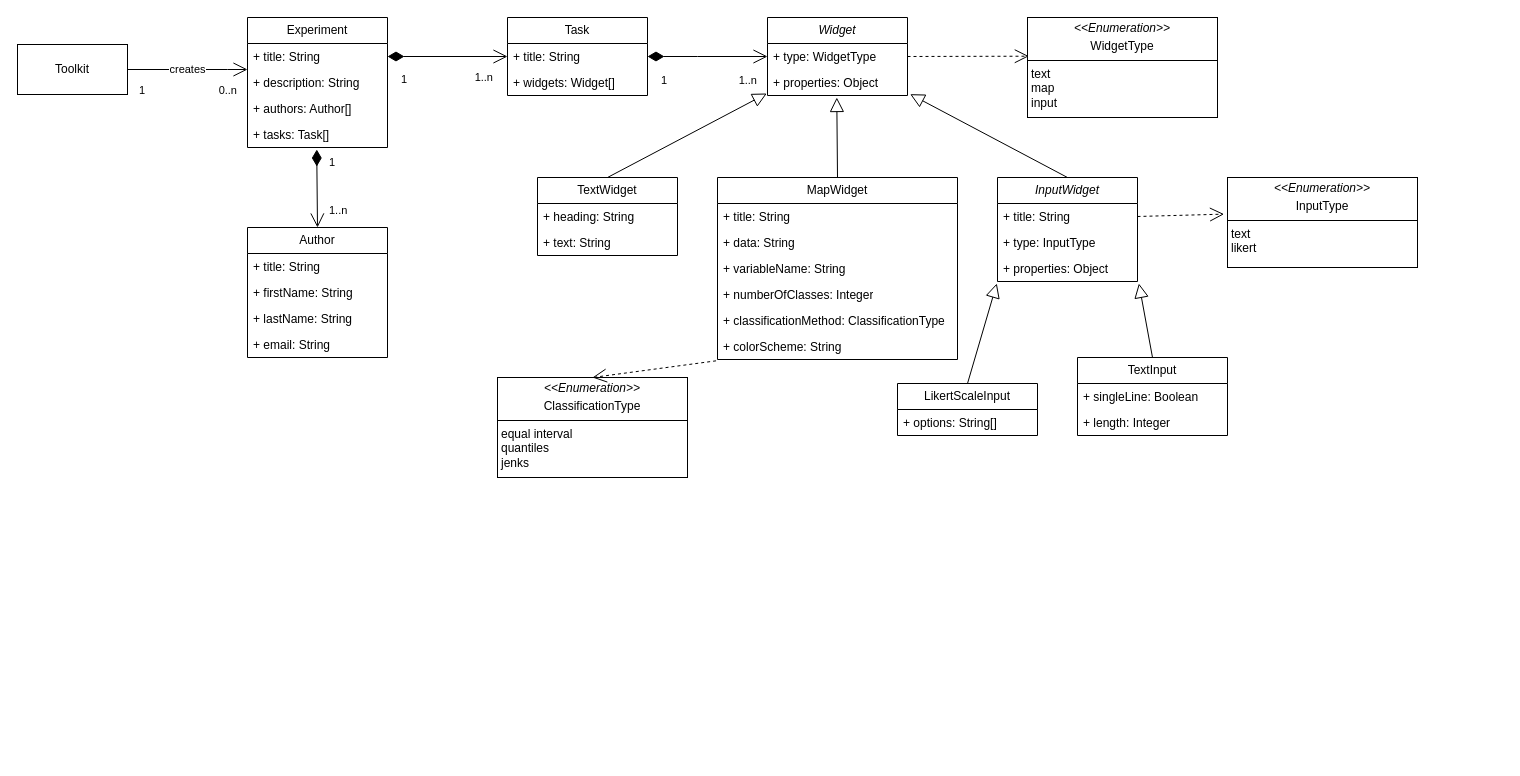
Before: Model.drawio in Experiment-Creation-Toolkit/resources, a draw.io diagram. Source tidied: cells renumbered, new cells numbered last; positions are measured from the earlier drawing's top-left corner, leaving out a move shared by most shapes. Both pictures are drawn from the tidied source at 100%, with x=0, y=0 at pixel (17, 17).
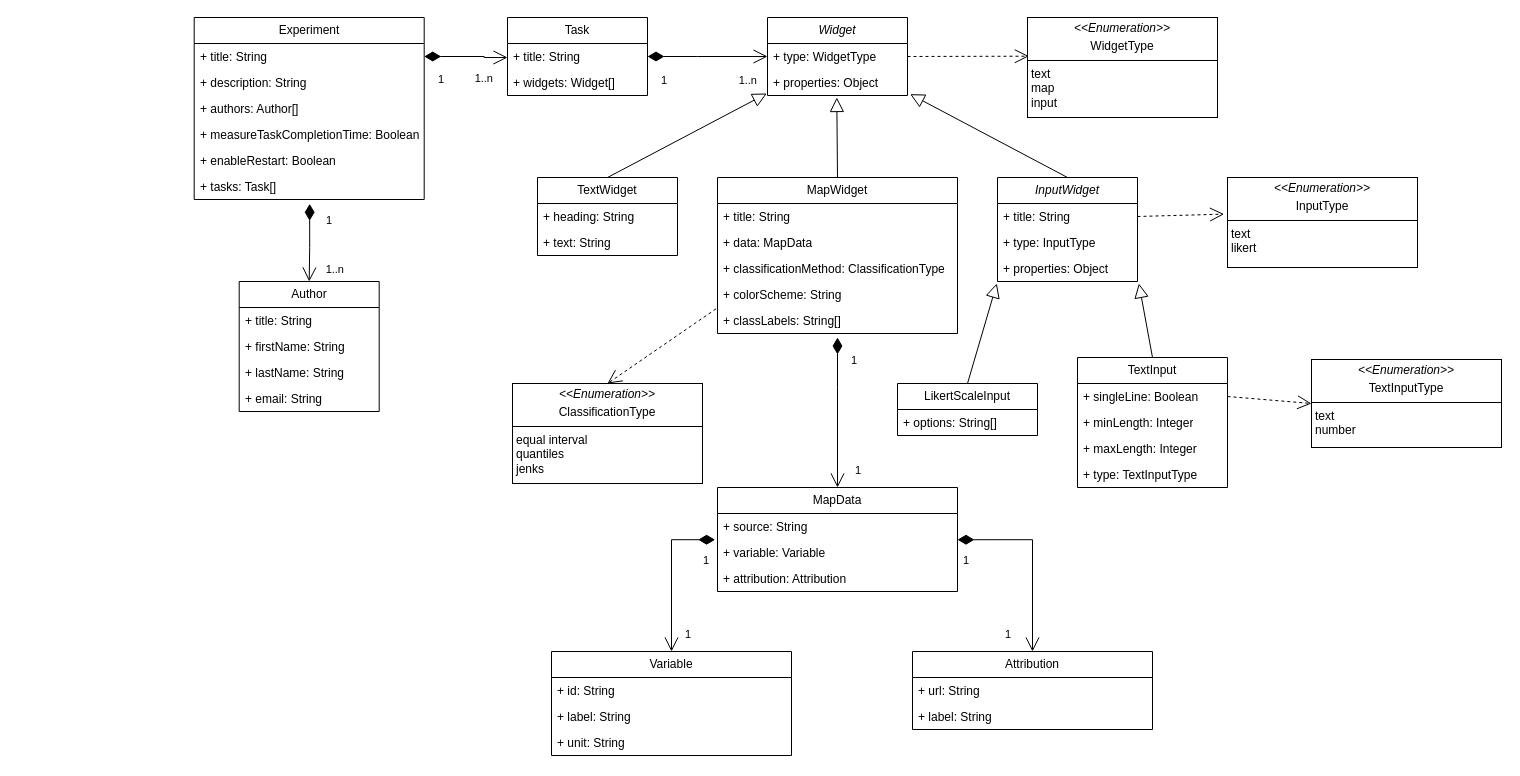
After the change.

Unchanged cells that the change refers to:
```xml
<mxCell id="7" value="Task" style="swimlane;fontStyle=0;horizontal=1;startSize=26;fillColor=none;whiteSpace=wrap;html=1;" parent="1" vertex="1">
  <mxGeometry x="490" width="140" height="78" as="geometry" />
</mxCell>
<mxCell id="46" value="+ singleLine: Boolean" style="text;strokeColor=none;fillColor=none;align=left;verticalAlign=top;spacingLeft=4;spacingRight=4;overflow=hidden;points=[[0,0.5],[1,0.5]];portConstraint=eastwest;whiteSpace=wrap;html=1;" parent="45" vertex="1">
  <mxGeometry y="26" width="150" height="26" as="geometry" />
</mxCell>
```

Diff of the diagram source:
```diff
@@
     <mxCell id="2" value="Experiment" style="swimlane;fontStyle=0;horizontal=1;startSize=26;fillColor=none;whiteSpace=wrap;html=1;" parent="1" vertex="1">
-      <mxGeometry x="230" width="140" height="130" as="geometry" />
+      <mxGeometry x="176.7" width="230" height="182" as="geometry" />
     </mxCell>
     <mxCell id="3" value="+ title: String" style="text;strokeColor=none;fillColor=none;align=left;verticalAlign=top;spacingLeft=4;spacingRight=4;overflow=hidden;points=[[0,0.5],[1,0.5]];portConstraint=eastwest;whiteSpace=wrap;html=1;" parent="2" vertex="1">
-      <mxGeometry y="26" width="140" height="26" as="geometry" />
+      <mxGeometry y="26" width="230" height="26" as="geometry" />
     </mxCell>
     <mxCell id="4" value="+ description: String" style="text;strokeColor=none;fillColor=none;align=left;verticalAlign=top;spacingLeft=4;spacingRight=4;overflow=hidden;whiteSpace=wrap;html=1;" parent="2" vertex="1">
-      <mxGeometry y="52" width="140" height="26" as="geometry" />
+      <mxGeometry y="52" width="230" height="26" as="geometry" />
     </mxCell>
     <mxCell id="5" value="+ authors: Author[]" style="text;strokeColor=none;fillColor=none;align=left;verticalAlign=top;spacingLeft=4;spacingRight=4;overflow=hidden;whiteSpace=wrap;html=1;" parent="2" vertex="1">
-      <mxGeometry y="78" width="140" height="26" as="geometry" />
+      <mxGeometry y="78" width="230" height="26" as="geometry" />
     </mxCell>
+    <mxCell id="61" value="+&amp;nbsp;&lt;span style=&quot;background-color: initial;&quot;&gt;measureTaskCompletionTime: Boolean&lt;/span&gt;&lt;div&gt;&lt;div&gt;&lt;br&gt;&lt;/div&gt;&lt;/div&gt;" style="text;strokeColor=none;fillColor=none;align=left;verticalAlign=top;spacingLeft=4;spacingRight=4;overflow=hidden;whiteSpace=wrap;html=1;" parent="2" vertex="1">
+      <mxGeometry y="104" width="230" height="26" as="geometry" />
+    </mxCell>
+    <mxCell id="62" value="+ enableRestart: Boolean" style="text;strokeColor=none;fillColor=none;align=left;verticalAlign=top;spacingLeft=4;spacingRight=4;overflow=hidden;whiteSpace=wrap;html=1;" parent="2" vertex="1">
+      <mxGeometry y="130" width="230" height="26" as="geometry" />
+    </mxCell>
     <mxCell id="6" value="+ tasks: Task[]" style="text;strokeColor=none;fillColor=none;align=left;verticalAlign=top;spacingLeft=4;spacingRight=4;overflow=hidden;points=[[0,0.5],[1,0.5]];portConstraint=eastwest;whiteSpace=wrap;html=1;" parent="2" vertex="1">
-      <mxGeometry y="104" width="140" height="26" as="geometry" />
+      <mxGeometry y="156" width="230" height="26" as="geometry" />
     </mxCell>
@@
     <mxCell id="10" style="endArrow=open;html=1;endSize=12;startArrow=diamondThin;startSize=14;startFill=1;edgeStyle=orthogonalEdgeStyle;rounded=0;exitX=1;exitY=0.5;exitDx=0;exitDy=0;" parent="1" edge="1" source="3" target="7">
-      <mxGeometry relative="1" as="geometry" />
+      <mxGeometry relative="1" as="geometry">
+        <Array as="points">
+          <mxPoint x="466.7" y="40" />
+        </Array>
+      </mxGeometry>
     </mxCell>
@@
-    <mxCell id="19" value="Toolkit" style="html=1;whiteSpace=wrap;" parent="1" vertex="1">
-      <mxGeometry y="27" width="110" height="50" as="geometry" />
-    </mxCell>
-    <mxCell id="20" value="creates" style="endArrow=open;html=1;endSize=12;startArrow=none;startSize=14;startFill=0;edgeStyle=orthogonalEdgeStyle;rounded=0;exitX=1;exitY=0.5;exitDx=0;exitDy=0;" parent="1" edge="1" source="19" target="2">
-      <mxGeometry relative="1" as="geometry">
-        <Array as="points">
-          <mxPoint x="210" y="52" />
-          <mxPoint x="210" y="52" />
-        </Array>
-      </mxGeometry>
-    </mxCell>
-    <mxCell id="21" value="1" style="edgeLabel;html=1;align=left;verticalAlign=top;" parent="20" vertex="1">
-      <mxGeometry x="-1" relative="1" as="geometry">
-        <mxPoint x="10" y="8" as="offset" />
-      </mxGeometry>
-    </mxCell>
-    <mxCell id="22" value="0..n" style="edgeLabel;html=1;align=right;verticalAlign=top;" parent="20" vertex="1">
-      <mxGeometry x="1" relative="1" as="geometry">
-        <mxPoint x="-10" y="8" as="offset" />
-      </mxGeometry>
-    </mxCell>
@@
     <mxCell id="28" value="MapWidget" style="swimlane;fontStyle=0;horizontal=1;startSize=26;fillColor=none;whiteSpace=wrap;html=1;" parent="1" vertex="1">
-      <mxGeometry x="700" y="160" width="240" height="182" as="geometry" />
+      <mxGeometry x="700" y="160" width="240" height="156" as="geometry" />
     </mxCell>
@@
-    <mxCell id="30" value="+ data: String" style="text;strokeColor=none;fillColor=none;align=left;verticalAlign=top;spacingLeft=4;spacingRight=4;overflow=hidden;whiteSpace=wrap;html=1;" parent="28" vertex="1">
+    <mxCell id="30" value="+ data: MapData" style="text;strokeColor=none;fillColor=none;align=left;verticalAlign=top;spacingLeft=4;spacingRight=4;overflow=hidden;whiteSpace=wrap;html=1;" parent="28" vertex="1">
       <mxGeometry y="52" width="240" height="26" as="geometry" />
     </mxCell>
-    <mxCell id="31" value="+ variableName: String" style="text;strokeColor=none;fillColor=none;align=left;verticalAlign=top;spacingLeft=4;spacingRight=4;overflow=hidden;whiteSpace=wrap;html=1;" parent="28" vertex="1">
-      <mxGeometry y="78" width="240" height="26" as="geometry" />
-    </mxCell>
-    <mxCell id="32" value="+ numberOfClasses: Integer" style="text;strokeColor=none;fillColor=none;align=left;verticalAlign=top;spacingLeft=4;spacingRight=4;overflow=hidden;whiteSpace=wrap;html=1;" parent="28" vertex="1">
-      <mxGeometry y="104" width="240" height="26" as="geometry" />
-    </mxCell>
     <mxCell id="33" value="+ classificationMethod: ClassificationType&lt;div&gt;&lt;br&gt;&lt;/div&gt;" style="text;strokeColor=none;fillColor=none;align=left;verticalAlign=top;spacingLeft=4;spacingRight=4;overflow=hidden;whiteSpace=wrap;html=1;" parent="28" vertex="1">
-      <mxGeometry y="130" width="240" height="26" as="geometry" />
+      <mxGeometry y="78" width="240" height="26" as="geometry" />
     </mxCell>
     <mxCell id="34" value="+ colorScheme: String" style="text;strokeColor=none;fillColor=none;align=left;verticalAlign=top;spacingLeft=4;spacingRight=4;overflow=hidden;points=[[0,0.5],[1,0.5]];portConstraint=eastwest;whiteSpace=wrap;html=1;" parent="28" vertex="1">
-      <mxGeometry y="156" width="240" height="26" as="geometry" />
+      <mxGeometry y="104" width="240" height="26" as="geometry" />
     </mxCell>
+    <mxCell id="63" value="+ classLabels: String[]" style="text;strokeColor=none;fillColor=none;align=left;verticalAlign=top;spacingLeft=4;spacingRight=4;overflow=hidden;points=[[0,0.5],[1,0.5]];portConstraint=eastwest;whiteSpace=wrap;html=1;" parent="28" vertex="1">
+      <mxGeometry y="130" width="240" height="26" as="geometry" />
+    </mxCell>
@@
     <mxCell id="45" value="TextInput" style="swimlane;fontStyle=0;horizontal=1;startSize=26;fillColor=none;whiteSpace=wrap;html=1;" parent="1" vertex="1">
-      <mxGeometry x="1060" y="340" width="150" height="78" as="geometry" />
+      <mxGeometry x="1060" y="340" width="150" height="130" as="geometry" />
     </mxCell>
@@
+    <mxCell id="64" value="+ minLength: Integer" style="text;strokeColor=none;fillColor=none;align=left;verticalAlign=top;spacingLeft=4;spacingRight=4;overflow=hidden;whiteSpace=wrap;html=1;" parent="45" vertex="1">
+      <mxGeometry y="52" width="150" height="26" as="geometry" />
+    </mxCell>
+    <mxCell id="65" value="+ maxLength: Integer" style="text;strokeColor=none;fillColor=none;align=left;verticalAlign=top;spacingLeft=4;spacingRight=4;overflow=hidden;whiteSpace=wrap;html=1;" parent="45" vertex="1">
+      <mxGeometry y="78" width="150" height="26" as="geometry" />
+    </mxCell>
-    <mxCell id="47" value="+ length: Integer" style="text;strokeColor=none;fillColor=none;align=left;verticalAlign=top;spacingLeft=4;spacingRight=4;overflow=hidden;whiteSpace=wrap;html=1;" parent="45" vertex="1">
-      <mxGeometry y="52" width="150" height="26" as="geometry" />
+    <mxCell id="47" value="+ type: TextInputType" style="text;strokeColor=none;fillColor=none;align=left;verticalAlign=top;spacingLeft=4;spacingRight=4;overflow=hidden;whiteSpace=wrap;html=1;" parent="45" vertex="1">
+      <mxGeometry y="104" width="150" height="26" as="geometry" />
     </mxCell>
@@
     <mxCell id="49" value="Author" style="swimlane;fontStyle=0;horizontal=1;startSize=26;fillColor=none;whiteSpace=wrap;html=1;" parent="1" vertex="1">
-      <mxGeometry x="230" y="210" width="140" height="130" as="geometry" />
+      <mxGeometry x="221.7" y="264" width="140" height="130" as="geometry" />
     </mxCell>
@@
-    <mxCell id="54" style="endArrow=open;html=1;endSize=12;startArrow=diamondThin;startSize=14;startFill=1;edgeStyle=orthogonalEdgeStyle;rounded=0;entryX=0.5;entryY=0;entryDx=0;entryDy=0;exitX=0.495;exitY=1.077;exitDx=0;exitDy=0;exitPerimeter=0;" parent="1" edge="1" source="6" target="49">
-      <mxGeometry relative="1" as="geometry">
-        <Array as="points">
-          <mxPoint x="299" y="140" />
-        </Array>
-      </mxGeometry>
-    </mxCell>
-    <mxCell id="55" value="1" style="edgeLabel;html=1;align=left;verticalAlign=top;" parent="54" vertex="1">
-      <mxGeometry x="-1" relative="1" as="geometry">
-        <mxPoint x="11" as="offset" />
-      </mxGeometry>
-    </mxCell>
-    <mxCell id="56" value="1..n" style="edgeLabel;html=1;align=left;verticalAlign=top;" parent="1" vertex="1">
-      <mxGeometry x="310" y="180" as="geometry" />
-    </mxCell>
     <mxCell id="57" value="&lt;p style=&quot;margin:0px;margin-top:4px;text-align:center;&quot;&gt;&lt;i&gt;&amp;lt;&amp;lt;Enumeration&amp;gt;&amp;gt;&lt;/i&gt;&lt;br&gt;&lt;/p&gt;&lt;p style=&quot;margin:0px;margin-top:4px;text-align:center;&quot;&gt;ClassificationType&lt;/p&gt;&lt;hr size=&quot;1&quot; style=&quot;border-style:solid;&quot;&gt;&lt;p style=&quot;margin:0px;margin-left:4px;&quot;&gt;&lt;span style=&quot;background-color: initial;&quot;&gt;equal interval&lt;/span&gt;&lt;br&gt;&lt;/p&gt;&lt;p style=&quot;margin:0px;margin-left:4px;&quot;&gt;&lt;span style=&quot;background-color: initial;&quot;&gt;quantiles&lt;/span&gt;&lt;/p&gt;&lt;p style=&quot;margin:0px;margin-left:4px;&quot;&gt;&lt;span style=&quot;background-color: initial;&quot;&gt;jenks&lt;/span&gt;&lt;/p&gt;&lt;p style=&quot;margin:0px;margin-left:4px;&quot;&gt;&lt;br&gt;&lt;/p&gt;" style="verticalAlign=top;align=left;overflow=fill;html=1;whiteSpace=wrap;" parent="1" vertex="1">
-      <mxGeometry x="480" y="360" width="190" height="100" as="geometry" />
+      <mxGeometry x="495" y="366" width="190" height="100" as="geometry" />
     </mxCell>
@@
+    <mxCell id="54" style="endArrow=open;html=1;endSize=12;startArrow=diamondThin;startSize=14;startFill=1;edgeStyle=orthogonalEdgeStyle;rounded=0;exitX=0.502;exitY=1.167;exitDx=0;exitDy=0;exitPerimeter=0;entryX=0.5;entryY=0;entryDx=0;entryDy=0;" parent="1" edge="1" source="6" target="49">
+      <mxGeometry relative="1" as="geometry">
+        <Array as="points">
+          <mxPoint x="291.7" y="230" />
+          <mxPoint x="291.7" y="230" />
+        </Array>
+      </mxGeometry>
+    </mxCell>
+    <mxCell id="66" value="1" style="edgeLabel;html=1;align=left;verticalAlign=top;" parent="54" vertex="1">
+      <mxGeometry x="-1" relative="1" as="geometry">
+        <mxPoint x="15" y="4" as="offset" />
+      </mxGeometry>
+    </mxCell>
+    <mxCell id="56" value="1..n" style="edgeLabel;html=1;align=right;verticalAlign=top;" parent="54" vertex="1">
+      <mxGeometry x="1" relative="1" as="geometry">
+        <mxPoint x="35" y="-25" as="offset" />
+      </mxGeometry>
+    </mxCell>
+    <mxCell id="67" value="&lt;p style=&quot;margin:0px;margin-top:4px;text-align:center;&quot;&gt;&lt;i&gt;&amp;lt;&amp;lt;Enumeration&amp;gt;&amp;gt;&lt;/i&gt;&lt;br&gt;&lt;/p&gt;&lt;p style=&quot;margin:0px;margin-top:4px;text-align:center;&quot;&gt;TextInputType&lt;/p&gt;&lt;hr size=&quot;1&quot; style=&quot;border-style:solid;&quot;&gt;&lt;p style=&quot;margin:0px;margin-left:4px;&quot;&gt;text&lt;/p&gt;&lt;p style=&quot;margin:0px;margin-left:4px;&quot;&gt;number&lt;/p&gt;&lt;p style=&quot;margin:0px;margin-left:4px;&quot;&gt;&lt;br&gt;&lt;/p&gt;" style="verticalAlign=top;align=left;overflow=fill;html=1;whiteSpace=wrap;" parent="1" vertex="1">
+      <mxGeometry x="1294" y="342" width="190" height="88" as="geometry" />
+    </mxCell>
+    <mxCell id="68" style="endArrow=open;endSize=12;dashed=1;html=1;rounded=0;exitX=1;exitY=0.5;exitDx=0;exitDy=0;entryX=0;entryY=0.5;entryDx=0;entryDy=0;" parent="1" edge="1" source="46" target="67">
+      <mxGeometry relative="1" as="geometry" />
+    </mxCell>
+    <mxCell id="69" value="MapData" style="swimlane;fontStyle=0;horizontal=1;startSize=26;fillColor=none;whiteSpace=wrap;html=1;" parent="1" vertex="1">
+      <mxGeometry x="700" y="470" width="240" height="104" as="geometry" />
+    </mxCell>
+    <mxCell id="70" value="+ source: String" style="text;strokeColor=none;fillColor=none;align=left;verticalAlign=top;spacingLeft=4;spacingRight=4;overflow=hidden;points=[[0,0.5],[1,0.5]];portConstraint=eastwest;whiteSpace=wrap;html=1;" parent="69" vertex="1">
+      <mxGeometry y="26" width="240" height="26" as="geometry" />
+    </mxCell>
+    <mxCell id="71" value="+ variable: Variable" style="text;strokeColor=none;fillColor=none;align=left;verticalAlign=top;spacingLeft=4;spacingRight=4;overflow=hidden;points=[[0,0.5],[1,0.5]];portConstraint=eastwest;whiteSpace=wrap;html=1;" parent="69" vertex="1">
+      <mxGeometry y="52" width="240" height="26" as="geometry" />
+    </mxCell>
+    <mxCell id="72" value="+ attribution: Attribution&lt;div&gt;&lt;br&gt;&lt;/div&gt;" style="text;strokeColor=none;fillColor=none;align=left;verticalAlign=top;spacingLeft=4;spacingRight=4;overflow=hidden;whiteSpace=wrap;html=1;" parent="69" vertex="1">
+      <mxGeometry y="78" width="240" height="26" as="geometry" />
+    </mxCell>
+    <mxCell id="73" style="endArrow=open;html=1;endSize=12;startArrow=diamondThin;startSize=14;startFill=1;edgeStyle=orthogonalEdgeStyle;rounded=0;entryX=0.5;entryY=0;entryDx=0;entryDy=0;exitX=0.5;exitY=1.154;exitDx=0;exitDy=0;exitPerimeter=0;" parent="1" edge="1" source="63" target="69">
+      <mxGeometry relative="1" as="geometry">
+        <Array as="points">
+          <mxPoint x="820" y="370" />
+          <mxPoint x="820" y="370" />
+        </Array>
+      </mxGeometry>
+    </mxCell>
+    <mxCell id="74" value="1" style="edgeLabel;html=1;align=left;verticalAlign=top;" parent="73" vertex="1">
+      <mxGeometry x="-1" relative="1" as="geometry">
+        <mxPoint x="12" y="10" as="offset" />
+      </mxGeometry>
+    </mxCell>
+    <mxCell id="75" value="1" style="edgeLabel;html=1;align=right;verticalAlign=top;" parent="73" vertex="1">
+      <mxGeometry x="1" relative="1" as="geometry">
+        <mxPoint x="24" y="-30" as="offset" />
+      </mxGeometry>
+    </mxCell>
+    <mxCell id="76" value="Variable" style="swimlane;fontStyle=0;horizontal=1;startSize=26;fillColor=none;whiteSpace=wrap;html=1;" parent="1" vertex="1">
+      <mxGeometry x="534" y="634" width="240" height="104" as="geometry" />
+    </mxCell>
+    <mxCell id="77" value="+ id: String" style="text;strokeColor=none;fillColor=none;align=left;verticalAlign=top;spacingLeft=4;spacingRight=4;overflow=hidden;whiteSpace=wrap;html=1;" parent="76" vertex="1">
+      <mxGeometry y="26" width="240" height="26" as="geometry" />
+    </mxCell>
+    <mxCell id="78" value="+ label: String" style="text;strokeColor=none;fillColor=none;align=left;verticalAlign=top;spacingLeft=4;spacingRight=4;overflow=hidden;whiteSpace=wrap;html=1;" parent="76" vertex="1">
+      <mxGeometry y="52" width="240" height="26" as="geometry" />
+    </mxCell>
+    <mxCell id="79" value="+ unit: String&lt;div&gt;&lt;br&gt;&lt;/div&gt;" style="text;strokeColor=none;fillColor=none;align=left;verticalAlign=top;spacingLeft=4;spacingRight=4;overflow=hidden;whiteSpace=wrap;html=1;" parent="76" vertex="1">
+      <mxGeometry y="78" width="240" height="26" as="geometry" />
+    </mxCell>
+    <mxCell id="80" style="endArrow=open;html=1;endSize=12;startArrow=diamondThin;startSize=14;startFill=1;edgeStyle=orthogonalEdgeStyle;rounded=0;entryX=0.5;entryY=0;entryDx=0;entryDy=0;exitX=-0.01;exitY=0.009;exitDx=0;exitDy=0;exitPerimeter=0;" parent="1" edge="1" source="71" target="76">
+      <mxGeometry relative="1" as="geometry">
+        <Array as="points">
+          <mxPoint x="654" y="522" />
+        </Array>
+      </mxGeometry>
+    </mxCell>
+    <mxCell id="81" value="1" style="edgeLabel;html=1;align=left;verticalAlign=top;" parent="80" vertex="1">
+      <mxGeometry x="-1" relative="1" as="geometry">
+        <mxPoint x="-14" y="8" as="offset" />
+      </mxGeometry>
+    </mxCell>
+    <mxCell id="82" value="1" style="edgeLabel;html=1;align=right;verticalAlign=top;" parent="80" vertex="1">
+      <mxGeometry x="1" relative="1" as="geometry">
+        <mxPoint x="20" y="-30" as="offset" />
+      </mxGeometry>
+    </mxCell>
+    <mxCell id="83" value="Attribution" style="swimlane;fontStyle=0;horizontal=1;startSize=26;fillColor=none;whiteSpace=wrap;html=1;" parent="1" vertex="1">
+      <mxGeometry x="895" y="634" width="240" height="78" as="geometry" />
+    </mxCell>
+    <mxCell id="84" value="+ url: String" style="text;strokeColor=none;fillColor=none;align=left;verticalAlign=top;spacingLeft=4;spacingRight=4;overflow=hidden;whiteSpace=wrap;html=1;" parent="83" vertex="1">
+      <mxGeometry y="26" width="240" height="26" as="geometry" />
+    </mxCell>
+    <mxCell id="85" value="+ label: String" style="text;strokeColor=none;fillColor=none;align=left;verticalAlign=top;spacingLeft=4;spacingRight=4;overflow=hidden;whiteSpace=wrap;html=1;" parent="83" vertex="1">
+      <mxGeometry y="52" width="240" height="26" as="geometry" />
+    </mxCell>
+    <mxCell id="86" style="endArrow=open;html=1;endSize=12;startArrow=diamondThin;startSize=14;startFill=1;edgeStyle=orthogonalEdgeStyle;rounded=0;entryX=0.5;entryY=0;entryDx=0;entryDy=0;exitX=1;exitY=1.009;exitDx=0;exitDy=0;exitPerimeter=0;" parent="1" edge="1" source="70" target="83">
+      <mxGeometry relative="1" as="geometry">
+        <Array as="points">
+          <mxPoint x="1015" y="522" />
+        </Array>
+      </mxGeometry>
+    </mxCell>
+    <mxCell id="87" value="1" style="edgeLabel;html=1;align=left;verticalAlign=top;" parent="86" vertex="1">
+      <mxGeometry x="-1" relative="1" as="geometry">
+        <mxPoint x="4" y="8" as="offset" />
+      </mxGeometry>
+    </mxCell>
+    <mxCell id="88" value="1" style="edgeLabel;html=1;align=right;verticalAlign=top;" parent="86" vertex="1">
+      <mxGeometry x="1" relative="1" as="geometry">
+        <mxPoint x="-21" y="-30" as="offset" />
+      </mxGeometry>
+    </mxCell>
```
